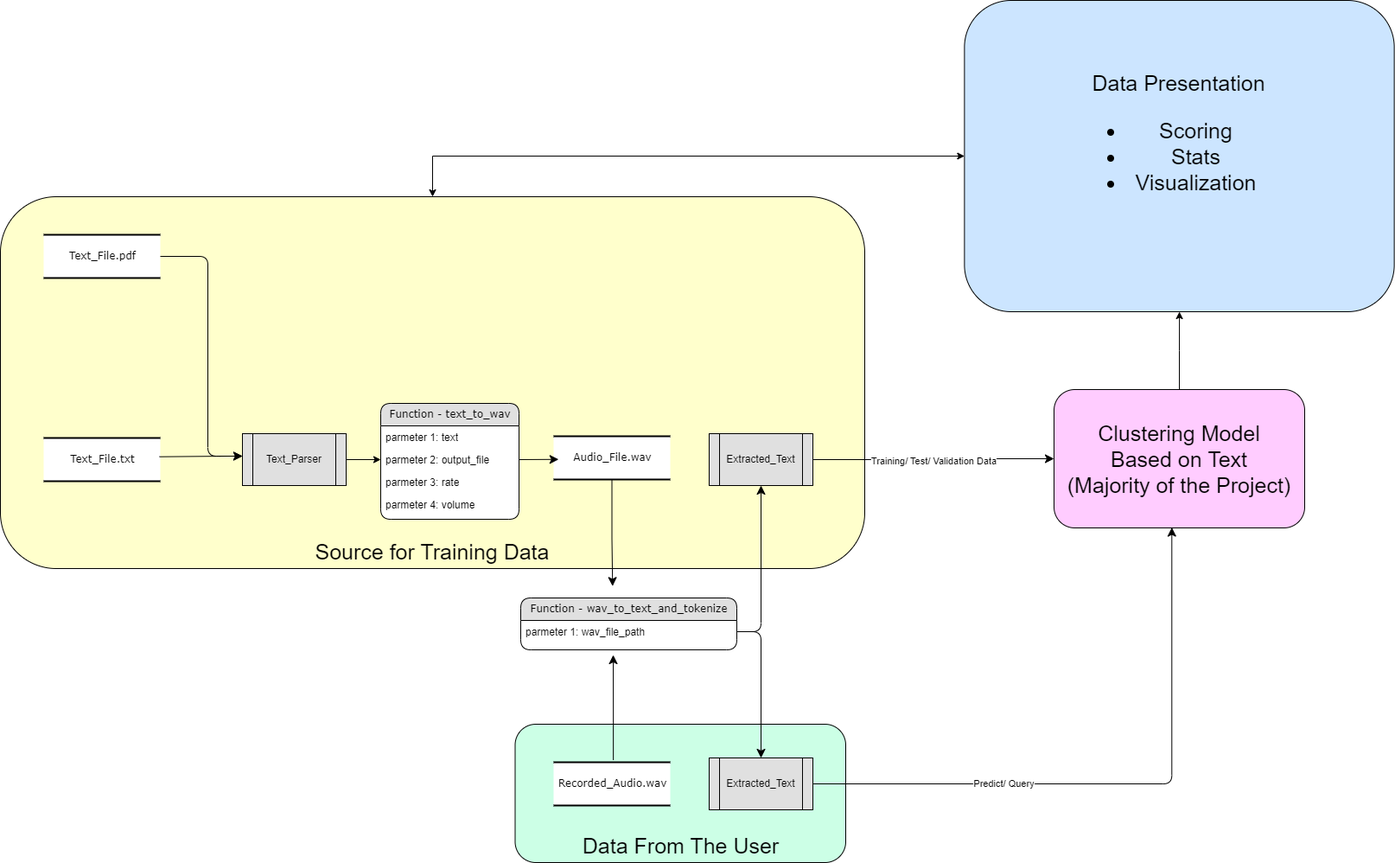
The draw.io diagram Resources/Project_Flow_Diagram.drawio.png in HJHUNT/SIADs_capstone_vehicle_complaints_and_recalls, before a commit. Source tidied: cells renumbered, new cells last; positions are measured from the earlier drawing's top-left corner, leaving out a move shared by most shapes.
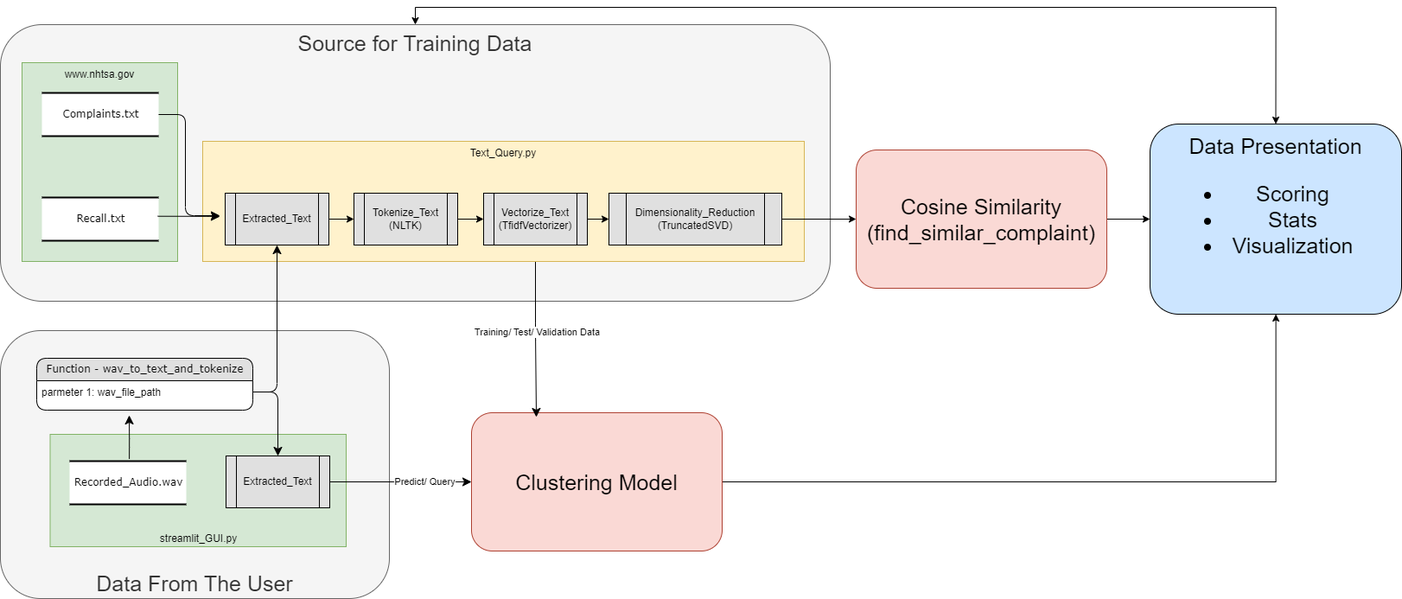
Above is the later version.

Commit message:
updated the flow diagram

Change to the diagram source:
```diff
@@ -2,117 +2,127 @@
   <root>
     <mxCell id="0" />
     <mxCell id="1" parent="0" />
-    <mxCell id="2" value="&lt;font style=&quot;font-size: 25px;&quot;&gt;&lt;br&gt;&lt;br&gt;&lt;br&gt;&lt;br&gt;&lt;br&gt;&lt;br&gt;&lt;br&gt;&lt;br&gt;&lt;br&gt;&lt;br&gt;&lt;br&gt;&lt;br&gt;&lt;br style=&quot;&quot;&gt;Source for Training Data&lt;/font&gt;" style="rounded=1;whiteSpace=wrap;html=1;fillColor=#FFFFCC;" parent="1" vertex="1">
-      <mxGeometry y="227" width="1000" height="430" as="geometry" />
+    <mxCell id="2" value="&lt;font style=&quot;font-size: 25px;&quot;&gt;Source for Training Data&lt;/font&gt;" style="rounded=1;whiteSpace=wrap;html=1;fillColor=#f5f5f5;fontColor=#333333;strokeColor=#666666;verticalAlign=top;" parent="1" vertex="1">
+      <mxGeometry x="40" y="188" width="960" height="320" as="geometry" />
     </mxCell>
-    <mxCell id="3" value="&lt;font style=&quot;font-size: 25px;&quot;&gt;&lt;br&gt;&lt;br&gt;&lt;br&gt;&lt;br&gt;Data From The User&lt;br&gt;&lt;/font&gt;" style="rounded=1;whiteSpace=wrap;html=1;fillColor=#CCFFE6;" parent="1" vertex="1">
-      <mxGeometry x="595.5" y="837" width="382.5" height="160" as="geometry" />
+    <mxCell id="3" value="&lt;font style=&quot;font-size: 25px;&quot;&gt;Data From The User&lt;br&gt;&lt;/font&gt;" style="rounded=1;whiteSpace=wrap;html=1;fillColor=#f5f5f5;strokeColor=#666666;fontColor=#333333;verticalAlign=bottom;" parent="1" vertex="1">
+      <mxGeometry x="40" y="542" width="450" height="310" as="geometry" />
     </mxCell>
-    <mxCell id="4" value="Audio_File.wav" style="html=1;rounded=0;shadow=0;comic=0;labelBackgroundColor=none;strokeWidth=2;fontFamily=Verdana;fontSize=12;align=center;shape=mxgraph.ios7ui.horLines;" parent="1" vertex="1">
-      <mxGeometry x="640" y="504" width="135" height="50" as="geometry" />
-    </mxCell>
-    <mxCell id="5" value="Function -&amp;nbsp;text_to_wav" style="swimlane;html=1;fontStyle=0;horizontal=1;startSize=26;fillColor=#e0e0e0;swimlaneFillColor=#ffffff;align=center;rounded=1;shadow=0;comic=0;labelBackgroundColor=none;strokeWidth=1;fontFamily=Verdana;fontSize=12;" parent="1" vertex="1">
-      <mxGeometry x="440" y="466" width="160" height="134" as="geometry" />
-    </mxCell>
-    <mxCell id="6" value="parmeter 1: text" style="text;html=1;strokeColor=none;fillColor=none;spacingLeft=4;spacingRight=4;whiteSpace=wrap;overflow=hidden;" parent="5" vertex="1">
-      <mxGeometry y="26" width="160" height="26" as="geometry" />
-    </mxCell>
-    <mxCell id="7" value="parmeter 2:&amp;nbsp;output_file" style="text;html=1;strokeColor=none;fillColor=none;spacingLeft=4;spacingRight=4;whiteSpace=wrap;overflow=hidden;points=[[0,0.5],[1,0.5]];portConstraint=eastwest;" parent="5" vertex="1">
-      <mxGeometry y="52" width="160" height="26" as="geometry" />
-    </mxCell>
-    <mxCell id="8" value="parmeter 3: rate" style="text;html=1;strokeColor=none;fillColor=none;spacingLeft=4;spacingRight=4;whiteSpace=wrap;overflow=hidden;" parent="5" vertex="1">
-      <mxGeometry y="78" width="160" height="26" as="geometry" />
-    </mxCell>
     <mxCell id="9" value="Function -&amp;nbsp;wav_to_text_and_tokenize" style="swimlane;html=1;fontStyle=0;horizontal=1;startSize=26;fillColor=#e0e0e0;swimlaneFillColor=#ffffff;align=center;rounded=1;shadow=0;comic=0;labelBackgroundColor=none;strokeWidth=1;fontFamily=Verdana;fontSize=12;" parent="1" vertex="1">
-      <mxGeometry x="602" y="691" width="250" height="60" as="geometry" />
+      <mxGeometry x="82" y="574" width="250" height="60" as="geometry" />
     </mxCell>
     <mxCell id="10" value="parmeter 1:&amp;nbsp;wav_file_path" style="text;html=1;strokeColor=none;fillColor=none;spacingLeft=4;spacingRight=4;whiteSpace=wrap;overflow=hidden;points=[[0,0.5],[1,0.5]];portConstraint=eastwest;" parent="9" vertex="1">
       <mxGeometry y="26" width="250" height="26" as="geometry" />
     </mxCell>
-    <mxCell id="11" value="Text_File.txt" style="html=1;rounded=0;shadow=0;comic=0;labelBackgroundColor=none;strokeWidth=2;fontFamily=Verdana;fontSize=12;align=center;shape=mxgraph.ios7ui.horLines;" parent="1" vertex="1">
-      <mxGeometry x="50" y="506" width="135" height="50" as="geometry" />
-    </mxCell>
-    <mxCell id="12" style="edgeStyle=none;html=1;labelBackgroundColor=none;startFill=0;startSize=8;endFill=1;endSize=8;fontFamily=Verdana;fontSize=12;exitX=1;exitY=0.5;exitDx=0;exitDy=0;entryX=0.043;entryY=0.535;entryDx=0;entryDy=0;entryPerimeter=0;" parent="1" edge="1" source="7" target="4">
-      <mxGeometry relative="1" as="geometry" />
-    </mxCell>
-    <mxCell id="13" style="edgeStyle=orthogonalEdgeStyle;html=1;labelBackgroundColor=none;startFill=0;startSize=8;endFill=1;endSize=8;fontFamily=Verdana;fontSize=12;exitX=0.993;exitY=0.434;exitDx=0;exitDy=0;exitPerimeter=0;" parent="1" edge="1" source="11">
-      <mxGeometry relative="1" as="geometry">
-        <mxPoint x="280" y="527" as="targetPoint" />
-        <Array as="points">
-          <mxPoint x="264" y="527" />
-          <mxPoint x="264" y="528" />
-        </Array>
-      </mxGeometry>
-    </mxCell>
-    <mxCell id="14" value="Text_File.pdf" style="html=1;rounded=0;shadow=0;comic=0;labelBackgroundColor=none;strokeWidth=2;fontFamily=Verdana;fontSize=12;align=center;shape=mxgraph.ios7ui.horLines;" parent="1" vertex="1">
-      <mxGeometry x="50" y="271" width="135" height="50" as="geometry" />
-    </mxCell>
-    <mxCell id="15" value="parmeter 4: volume" style="text;html=1;strokeColor=none;fillColor=none;spacingLeft=4;spacingRight=4;whiteSpace=wrap;overflow=hidden;" parent="1" vertex="1">
-      <mxGeometry x="440" y="570" width="160" height="26" as="geometry" />
-    </mxCell>
-    <mxCell id="16" value="Recorded_Audio.wav" style="html=1;rounded=0;shadow=0;comic=0;labelBackgroundColor=none;strokeWidth=2;fontFamily=Verdana;fontSize=12;align=center;shape=mxgraph.ios7ui.horLines;" parent="1" vertex="1">
-      <mxGeometry x="640" y="881" width="135" height="50" as="geometry" />
-    </mxCell>
-    <mxCell id="17" style="edgeStyle=orthogonalEdgeStyle;html=1;labelBackgroundColor=none;startFill=0;startSize=8;endFill=1;endSize=8;fontFamily=Verdana;fontSize=12;" parent="1" edge="1" source="14">
-      <mxGeometry relative="1" as="geometry">
-        <mxPoint x="280" y="527" as="targetPoint" />
-        <Array as="points">
-          <mxPoint x="240" y="296" />
-          <mxPoint x="240" y="527" />
-        </Array>
-      </mxGeometry>
-    </mxCell>
-    <mxCell id="18" style="edgeStyle=orthogonalEdgeStyle;rounded=0;jettySize=auto;html=1;entryX=0;entryY=0.5;entryDx=0;entryDy=0;" parent="1" edge="1" source="19" target="7">
-      <mxGeometry relative="1" as="geometry" />
-    </mxCell>
-    <mxCell id="19" value="Text_Parser" style="shape=process;whiteSpace=wrap;html=1;backgroundOutline=1;fillColor=#E0E0E0;" parent="1" vertex="1">
-      <mxGeometry x="280" y="501" width="120" height="60" as="geometry" />
-    </mxCell>
-    <mxCell id="20" style="edgeStyle=orthogonalEdgeStyle;html=1;labelBackgroundColor=none;startFill=0;startSize=8;endFill=1;endSize=8;fontFamily=Verdana;fontSize=12;entryX=0.425;entryY=-0.228;entryDx=0;entryDy=0;entryPerimeter=0;" parent="1" edge="1" source="4" target="9">
-      <mxGeometry relative="1" as="geometry" />
-    </mxCell>
     <mxCell id="21" style="edgeStyle=orthogonalEdgeStyle;rounded=0;jettySize=auto;html=1;" parent="1" edge="1" source="22" target="32">
       <mxGeometry relative="1" as="geometry" />
     </mxCell>
-    <mxCell id="22" value="&lt;font style=&quot;font-size: 25px;&quot;&gt;Clustering Model&lt;br&gt;Based on Text&lt;br&gt;(Majority of the Project)&lt;br&gt;&lt;/font&gt;" style="rounded=1;whiteSpace=wrap;html=1;fillColor=#FFCCFF;" parent="1" vertex="1">
-      <mxGeometry x="1219" y="450" width="290" height="160" as="geometry" />
+    <mxCell id="22" value="&lt;font style=&quot;font-size: 25px;&quot;&gt;Clustering Model&lt;br&gt;&lt;/font&gt;" style="rounded=1;whiteSpace=wrap;html=1;fillColor=#fad9d5;strokeColor=#ae4132;" parent="1" vertex="1">
+      <mxGeometry x="585" y="637" width="290" height="160" as="geometry" />
     </mxCell>
-    <mxCell id="23" value="Extracted_Text" style="shape=process;whiteSpace=wrap;html=1;backgroundOutline=1;fillColor=#E0E0E0;" parent="1" vertex="1">
-      <mxGeometry x="820" y="501" width="120" height="60" as="geometry" />
-    </mxCell>
-    <mxCell id="24" style="edgeStyle=orthogonalEdgeStyle;html=1;labelBackgroundColor=none;startFill=0;startSize=8;endFill=1;endSize=8;fontFamily=Verdana;fontSize=12;entryX=0.5;entryY=1;entryDx=0;entryDy=0;exitX=1;exitY=0.5;exitDx=0;exitDy=0;" parent="1" edge="1" source="10" target="23">
-      <mxGeometry relative="1" as="geometry" />
-    </mxCell>
-    <mxCell id="25" style="edgeStyle=orthogonalEdgeStyle;html=1;labelBackgroundColor=none;startFill=0;startSize=8;endFill=1;endSize=8;fontFamily=Verdana;fontSize=12;entryX=0;entryY=0.5;entryDx=0;entryDy=0;" parent="1" edge="1" source="23" target="22">
-      <mxGeometry relative="1" as="geometry" />
+    <mxCell id="25" style="edgeStyle=orthogonalEdgeStyle;html=1;labelBackgroundColor=none;startFill=0;startSize=8;endFill=1;endSize=8;fontFamily=Verdana;fontSize=12;exitX=0.5;exitY=1;exitDx=0;exitDy=0;" parent="1" edge="1" source="19">
+      <mxGeometry relative="1" as="geometry">
+        <mxPoint x="660" y="642" as="targetPoint" />
+      </mxGeometry>
     </mxCell>
     <mxCell id="26" value="Training/ Test/ Validation Data" style="edgeLabel;html=1;align=center;verticalAlign=middle;" parent="25" vertex="1">
-      <mxGeometry x="-0.01" y="-1" relative="1" as="geometry" />
+      <mxGeometry x="-0.01" y="-1" relative="1" as="geometry">
+        <mxPoint x="1" y="-1" as="offset" />
+      </mxGeometry>
     </mxCell>
+    <mxCell id="32" value="&lt;font style=&quot;font-size: 25px;&quot;&gt;Data Presentation&lt;br&gt;&lt;ul&gt;&lt;li&gt;&lt;font style=&quot;font-size: 25px;&quot;&gt;Scoring&lt;/font&gt;&lt;/li&gt;&lt;li&gt;&lt;font style=&quot;font-size: 25px;&quot;&gt;Stats&lt;/font&gt;&lt;/li&gt;&lt;li&gt;&lt;font style=&quot;font-size: 25px;&quot;&gt;Visualization&lt;/font&gt;&lt;/li&gt;&lt;/ul&gt;&lt;br&gt;&lt;/font&gt;" style="rounded=1;whiteSpace=wrap;html=1;fillColor=#CCE5FF;" parent="1" vertex="1">
+      <mxGeometry x="1370" y="303" width="291" height="220" as="geometry" />
+    </mxCell>
+    <mxCell id="33" style="edgeStyle=orthogonalEdgeStyle;rounded=0;jettySize=auto;html=1;entryX=0.5;entryY=0;entryDx=0;entryDy=0;startArrow=classic;startFill=1;exitX=0.5;exitY=0;exitDx=0;exitDy=0;" parent="1" edge="1" source="32" target="2">
+      <mxGeometry relative="1" as="geometry" />
+    </mxCell>
+    <mxCell id="34" value="Text_Query.py" style="rounded=0;whiteSpace=wrap;html=1;verticalAlign=top;fillColor=#fff2cc;strokeColor=#d6b656;" parent="1" vertex="1">
+      <mxGeometry x="274" y="323" width="696" height="139" as="geometry" />
+    </mxCell>
+    <mxCell id="35" style="edgeStyle=orthogonalEdgeStyle;rounded=0;jettySize=auto;html=1;exitX=1;exitY=0.5;exitDx=0;exitDy=0;entryX=0;entryY=0.5;entryDx=0;entryDy=0;" parent="1" edge="1" source="19" target="42">
+      <mxGeometry relative="1" as="geometry" />
+    </mxCell>
+    <mxCell id="19" value="Vectorize_Text&lt;br&gt;(TfidfVectorizer)" style="shape=process;whiteSpace=wrap;html=1;backgroundOutline=1;fillColor=#E0E0E0;" parent="1" vertex="1">
+      <mxGeometry x="599" y="383" width="120" height="60" as="geometry" />
+    </mxCell>
+    <mxCell id="36" style="edgeStyle=orthogonalEdgeStyle;rounded=0;jettySize=auto;html=1;exitX=1;exitY=0.5;exitDx=0;exitDy=0;entryX=0;entryY=0.5;entryDx=0;entryDy=0;" parent="1" edge="1" source="23" target="40">
+      <mxGeometry relative="1" as="geometry" />
+    </mxCell>
+    <mxCell id="23" value="Extracted_Text" style="shape=process;whiteSpace=wrap;html=1;backgroundOutline=1;fillColor=#E0E0E0;" parent="1" vertex="1">
+      <mxGeometry x="300" y="383" width="120" height="60" as="geometry" />
+    </mxCell>
+    <mxCell id="37" value="www.nhtsa.gov" style="rounded=0;whiteSpace=wrap;html=1;verticalAlign=top;fillColor=#d5e8d4;strokeColor=#82b366;" parent="1" vertex="1">
+      <mxGeometry x="65" y="232" width="180" height="230" as="geometry" />
+    </mxCell>
+    <mxCell id="11" value="Recall.txt" style="html=1;rounded=0;shadow=0;comic=0;labelBackgroundColor=none;strokeWidth=2;fontFamily=Verdana;fontSize=12;align=center;shape=mxgraph.ios7ui.horLines;" parent="1" vertex="1">
+      <mxGeometry x="88" y="388" width="135" height="50" as="geometry" />
+    </mxCell>
+    <mxCell id="14" value="Complaints.txt" style="html=1;rounded=0;shadow=0;comic=0;labelBackgroundColor=none;strokeWidth=2;fontFamily=Verdana;fontSize=12;align=center;shape=mxgraph.ios7ui.horLines;" parent="1" vertex="1">
+      <mxGeometry x="88" y="267" width="135" height="50" as="geometry" />
+    </mxCell>
+    <mxCell id="17" style="edgeStyle=orthogonalEdgeStyle;html=1;labelBackgroundColor=none;startFill=0;startSize=8;endFill=1;endSize=8;fontFamily=Verdana;fontSize=12;" parent="1" edge="1" source="14">
+      <mxGeometry relative="1" as="geometry">
+        <mxPoint x="294" y="409" as="targetPoint" />
+        <Array as="points">
+          <mxPoint x="254" y="292" />
+          <mxPoint x="254" y="409" />
+        </Array>
+      </mxGeometry>
+    </mxCell>
+    <mxCell id="13" style="edgeStyle=orthogonalEdgeStyle;html=1;labelBackgroundColor=none;startFill=0;startSize=8;endFill=1;endSize=8;fontFamily=Verdana;fontSize=12;exitX=0.993;exitY=0.434;exitDx=0;exitDy=0;exitPerimeter=0;" parent="1" edge="1" source="11">
+      <mxGeometry relative="1" as="geometry">
+        <mxPoint x="294" y="409" as="targetPoint" />
+        <Array as="points">
+          <mxPoint x="278" y="409" />
+          <mxPoint x="278" y="410" />
+        </Array>
+      </mxGeometry>
+    </mxCell>
+    <mxCell id="38" value="streamlit_GUI.py" style="rounded=0;whiteSpace=wrap;html=1;verticalAlign=bottom;fillColor=#d5e8d4;strokeColor=#82b366;" parent="1" vertex="1">
+      <mxGeometry x="97.5" y="662" width="342.5" height="130" as="geometry" />
+    </mxCell>
+    <mxCell id="16" value="Recorded_Audio.wav" style="html=1;rounded=0;shadow=0;comic=0;labelBackgroundColor=none;strokeWidth=2;fontFamily=Verdana;fontSize=12;align=center;shape=mxgraph.ios7ui.horLines;" parent="1" vertex="1">
+      <mxGeometry x="120" y="693" width="135" height="50" as="geometry" />
+    </mxCell>
     <mxCell id="27" value="Extracted_Text" style="shape=process;whiteSpace=wrap;html=1;backgroundOutline=1;fillColor=#E0E0E0;" parent="1" vertex="1">
-      <mxGeometry x="820" y="876" width="120" height="60" as="geometry" />
+      <mxGeometry x="301" y="687" width="120" height="60" as="geometry" />
     </mxCell>
     <mxCell id="28" style="edgeStyle=orthogonalEdgeStyle;html=1;labelBackgroundColor=none;startFill=0;startSize=8;endFill=1;endSize=8;fontFamily=Verdana;fontSize=12;exitX=0.512;exitY=-0.051;exitDx=0;exitDy=0;exitPerimeter=0;" parent="1" edge="1" source="16">
       <mxGeometry relative="1" as="geometry">
-        <mxPoint x="709" y="757" as="targetPoint" />
+        <mxPoint x="189" y="640" as="targetPoint" />
       </mxGeometry>
     </mxCell>
     <mxCell id="29" style="edgeStyle=orthogonalEdgeStyle;html=1;labelBackgroundColor=none;startFill=0;startSize=8;endFill=1;endSize=8;fontFamily=Verdana;fontSize=12;entryX=0.5;entryY=0;entryDx=0;entryDy=0;exitX=1;exitY=0.5;exitDx=0;exitDy=0;" parent="1" edge="1" source="10" target="27">
       <mxGeometry relative="1" as="geometry" />
     </mxCell>
-    <mxCell id="30" style="edgeStyle=orthogonalEdgeStyle;html=1;labelBackgroundColor=none;startFill=0;startSize=8;endFill=1;endSize=8;fontFamily=Verdana;fontSize=12;entryX=0.47;entryY=0.997;entryDx=0;entryDy=0;entryPerimeter=0;" parent="1" edge="1" source="27" target="22">
+    <mxCell id="30" style="edgeStyle=orthogonalEdgeStyle;html=1;labelBackgroundColor=none;startFill=0;startSize=8;endFill=1;endSize=8;fontFamily=Verdana;fontSize=12;entryX=0;entryY=0.5;entryDx=0;entryDy=0;" parent="1" edge="1" source="27" target="22">
       <mxGeometry relative="1" as="geometry" />
     </mxCell>
     <mxCell id="31" value="Predict/ Query" style="edgeLabel;html=1;align=center;verticalAlign=middle;" parent="30" vertex="1">
       <mxGeometry x="-0.01" y="-1" relative="1" as="geometry">
-        <mxPoint x="-134" y="-2" as="offset" />
+        <mxPoint x="27" y="-2" as="offset" />
       </mxGeometry>
     </mxCell>
-    <mxCell id="32" value="&lt;font style=&quot;font-size: 25px;&quot;&gt;Data Presentation&lt;br&gt;&lt;ul&gt;&lt;li&gt;&lt;font style=&quot;font-size: 25px;&quot;&gt;Scoring&lt;/font&gt;&lt;/li&gt;&lt;li&gt;&lt;font style=&quot;font-size: 25px;&quot;&gt;Stats&lt;/font&gt;&lt;/li&gt;&lt;li&gt;&lt;font style=&quot;font-size: 25px;&quot;&gt;Visualization&lt;/font&gt;&lt;/li&gt;&lt;/ul&gt;&lt;br&gt;&lt;/font&gt;" style="rounded=1;whiteSpace=wrap;html=1;fillColor=#CCE5FF;" parent="1" vertex="1">
-      <mxGeometry x="1115.4" width="497.2" height="360" as="geometry" />
-    </mxCell>
-    <mxCell id="33" style="edgeStyle=orthogonalEdgeStyle;rounded=0;jettySize=auto;html=1;exitX=0;exitY=0.5;exitDx=0;exitDy=0;entryX=0.5;entryY=0;entryDx=0;entryDy=0;startArrow=classic;startFill=1;" parent="1" edge="1" source="32" target="2">
-      <mxGeometry relative="1" as="geometry" />
-    </mxCell>
+    <mxCell id="39" style="edgeStyle=orthogonalEdgeStyle;rounded=0;jettySize=auto;html=1;exitX=1;exitY=0.5;exitDx=0;exitDy=0;entryX=0;entryY=0.5;entryDx=0;entryDy=0;" parent="1" edge="1" source="40" target="19">
+      <mxGeometry relative="1" as="geometry" />
+    </mxCell>
+    <mxCell id="40" value="Tokenize_Text&lt;br&gt;(NLTK)" style="shape=process;whiteSpace=wrap;html=1;backgroundOutline=1;fillColor=#E0E0E0;" parent="1" vertex="1">
+      <mxGeometry x="449" y="383" width="120" height="60" as="geometry" />
+    </mxCell>
+    <mxCell id="41" style="edgeStyle=orthogonalEdgeStyle;rounded=0;jettySize=auto;html=1;exitX=1;exitY=0.5;exitDx=0;exitDy=0;entryX=0;entryY=0.5;entryDx=0;entryDy=0;" parent="1" edge="1" source="42" target="44">
+      <mxGeometry relative="1" as="geometry" />
+    </mxCell>
+    <mxCell id="42" value="Dimensionality_Reduction&lt;br&gt;(TruncatedSVD)" style="shape=process;whiteSpace=wrap;html=1;backgroundOutline=1;fillColor=#E0E0E0;" parent="1" vertex="1">
+      <mxGeometry x="744" y="383" width="200" height="60" as="geometry" />
+    </mxCell>
+    <mxCell id="24" style="edgeStyle=orthogonalEdgeStyle;html=1;labelBackgroundColor=none;startFill=0;startSize=8;endFill=1;endSize=8;fontFamily=Verdana;fontSize=12;entryX=0.5;entryY=1;entryDx=0;entryDy=0;exitX=1;exitY=0.5;exitDx=0;exitDy=0;" parent="1" edge="1" source="10" target="23">
+      <mxGeometry relative="1" as="geometry" />
+    </mxCell>
+    <mxCell id="43" style="edgeStyle=orthogonalEdgeStyle;rounded=0;jettySize=auto;html=1;exitX=1;exitY=0.5;exitDx=0;exitDy=0;entryX=0;entryY=0.5;entryDx=0;entryDy=0;" parent="1" edge="1" source="44" target="32">
+      <mxGeometry relative="1" as="geometry" />
+    </mxCell>
+    <mxCell id="44" value="&lt;font style=&quot;font-size: 25px;&quot;&gt;Cosine Similarity&lt;br&gt;(find_similar_complaint&lt;/font&gt;&lt;span style=&quot;font-size: 25px; background-color: initial;&quot;&gt;)&lt;/span&gt;" style="rounded=1;whiteSpace=wrap;html=1;fillColor=#fad9d5;strokeColor=#ae4132;" parent="1" vertex="1">
+      <mxGeometry x="1030" y="333" width="290" height="160" as="geometry" />
+    </mxCell>
   </root>
 </mxGraphModel>
```
